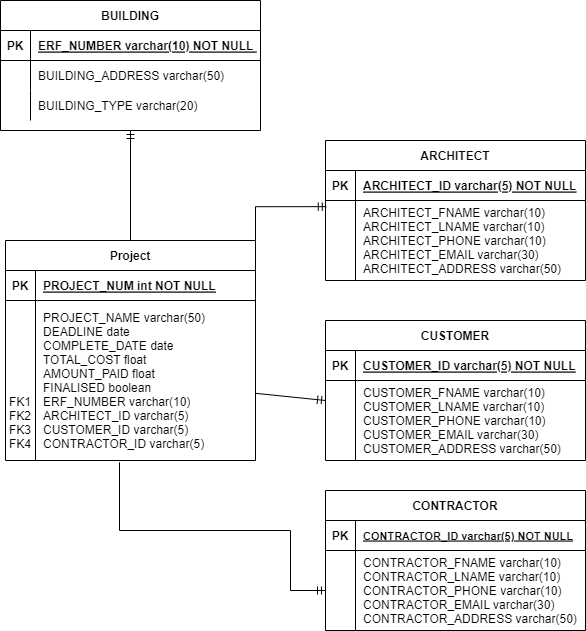
Earlier version of the draw.io export PoisedPMS ERD.png (tnaccarato/Poised-PMS). Source tidied: cells renumbered, new cells last; positions are measured from the earlier drawing's top-left corner, leaving out a move shared by most shapes.
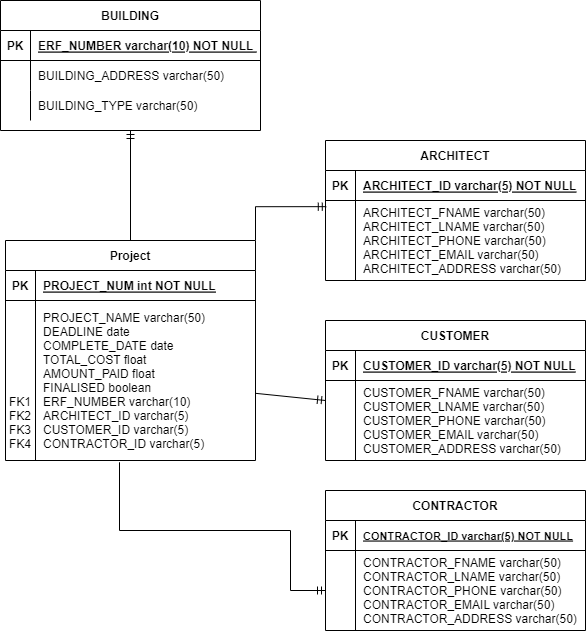
The same diagram one commit later.

Commit message:
Update SQL and diagram

The edit, as a diff of the source:
```diff
@@ -29,7 +29,7 @@
     <mxCell id="10" style="shape=partialRectangle;overflow=hidden;fillColor=none;top=0;left=0;bottom=0;right=0;" parent="9" vertex="1">
       <mxGeometry width="30" height="30" as="geometry" />
     </mxCell>
-    <mxCell id="11" value="BUILDING_TYPE varchar(20)" style="shape=partialRectangle;overflow=hidden;fillColor=none;top=0;left=0;bottom=0;right=0;align=left;spacingLeft=6;" parent="9" vertex="1">
+    <mxCell id="11" value="BUILDING_TYPE varchar(50)" style="shape=partialRectangle;overflow=hidden;fillColor=none;top=0;left=0;bottom=0;right=0;align=left;spacingLeft=6;" parent="9" vertex="1">
       <mxGeometry x="30" width="230" height="30" as="geometry" />
     </mxCell>
     <mxCell id="12" value="ARCHITECT" style="shape=table;startSize=30;rowLines=0;fontStyle=1;align=center;" parent="1" vertex="1">
@@ -50,7 +50,7 @@
     <mxCell id="17" style="shape=partialRectangle;overflow=hidden;fillColor=none;top=0;left=0;bottom=0;right=0;" parent="16" vertex="1">
       <mxGeometry width="30" height="80" as="geometry" />
     </mxCell>
-    <mxCell id="18" value="ARCHITECT_FNAME varchar(10)&#10;ARCHITECT_LNAME varchar(10)&#10;ARCHITECT_PHONE varchar(10)&#10;ARCHITECT_EMAIL varchar(30)&#10;ARCHITECT_ADDRESS varchar(50)" style="shape=partialRectangle;overflow=hidden;fillColor=none;top=0;left=0;bottom=0;right=0;align=left;spacingLeft=6;" parent="16" vertex="1">
+    <mxCell id="18" value="ARCHITECT_FNAME varchar(50)&#10;ARCHITECT_LNAME varchar(50)&#10;ARCHITECT_PHONE varchar(50)&#10;ARCHITECT_EMAIL varchar(50)&#10;ARCHITECT_ADDRESS varchar(50)" style="shape=partialRectangle;overflow=hidden;fillColor=none;top=0;left=0;bottom=0;right=0;align=left;spacingLeft=6;" parent="16" vertex="1">
       <mxGeometry x="30" width="230" height="80" as="geometry" />
     </mxCell>
     <mxCell id="19" style="edgeStyle=orthogonalEdgeStyle;rounded=0;jettySize=auto;html=1;exitX=0.5;exitY=0;exitDx=0;exitDy=0;entryX=0.5;entryY=1;entryDx=0;entryDy=0;endArrow=ERmandOne;endFill=0;" parent="1" edge="1" source="21" target="2">
@@ -98,7 +98,7 @@
     <mxCell id="33" style="shape=partialRectangle;overflow=hidden;fillColor=none;top=0;left=0;bottom=0;right=0;" parent="32" vertex="1">
       <mxGeometry width="30" height="80" as="geometry" />
     </mxCell>
-    <mxCell id="34" value="CUSTOMER_FNAME varchar(10)&#10;CUSTOMER_LNAME varchar(10)&#10;CUSTOMER_PHONE varchar(10)&#10;CUSTOMER_EMAIL varchar(30)&#10;CUSTOMER_ADDRESS varchar(50)" style="shape=partialRectangle;overflow=hidden;fillColor=none;top=0;left=0;bottom=0;right=0;align=left;spacingLeft=6;fontStyle=0;" parent="32" vertex="1">
+    <mxCell id="34" value="CUSTOMER_FNAME varchar(50)&#10;CUSTOMER_LNAME varchar(50)&#10;CUSTOMER_PHONE varchar(50)&#10;CUSTOMER_EMAIL varchar(50)&#10;CUSTOMER_ADDRESS varchar(50)" style="shape=partialRectangle;overflow=hidden;fillColor=none;top=0;left=0;bottom=0;right=0;align=left;spacingLeft=6;fontStyle=0;" parent="32" vertex="1">
       <mxGeometry x="30" width="230" height="80" as="geometry" />
     </mxCell>
     <mxCell id="35" value="CONTRACTOR" style="shape=table;startSize=30;rowLines=0;fontStyle=1;align=center;" parent="1" vertex="1">
@@ -119,7 +119,7 @@
     <mxCell id="40" style="shape=partialRectangle;overflow=hidden;fillColor=none;top=0;left=0;bottom=0;right=0;" parent="39" vertex="1">
       <mxGeometry width="30" height="80" as="geometry" />
     </mxCell>
-    <mxCell id="41" value="CONTRACTOR_FNAME varchar(10)&#10;CONTRACTOR_LNAME varchar(10)&#10;CONTRACTOR_PHONE varchar(10)&#10;CONTRACTOR_EMAIL varchar(30)&#10;CONTRACTOR_ADDRESS varchar(50)" style="shape=partialRectangle;overflow=hidden;fillColor=none;top=0;left=0;bottom=0;right=0;align=left;spacingLeft=6;fontStyle=0;" parent="39" vertex="1">
+    <mxCell id="41" value="CONTRACTOR_FNAME varchar(50)&#10;CONTRACTOR_LNAME varchar(50)&#10;CONTRACTOR_PHONE varchar(50)&#10;CONTRACTOR_EMAIL varchar(50)&#10;CONTRACTOR_ADDRESS varchar(50)" style="shape=partialRectangle;overflow=hidden;fillColor=none;top=0;left=0;bottom=0;right=0;align=left;spacingLeft=6;fontStyle=0;" parent="39" vertex="1">
       <mxGeometry x="30" width="230" height="80" as="geometry" />
     </mxCell>
     <mxCell id="42" style="edgeStyle=orthogonalEdgeStyle;rounded=0;jettySize=auto;html=1;exitX=0;exitY=0.5;exitDx=0;exitDy=0;entryX=0.456;entryY=1.011;entryDx=0;entryDy=0;entryPerimeter=0;startArrow=ERmandOne;startFill=0;endArrow=none;endFill=0;" parent="1" edge="1" source="39" target="25">
```
